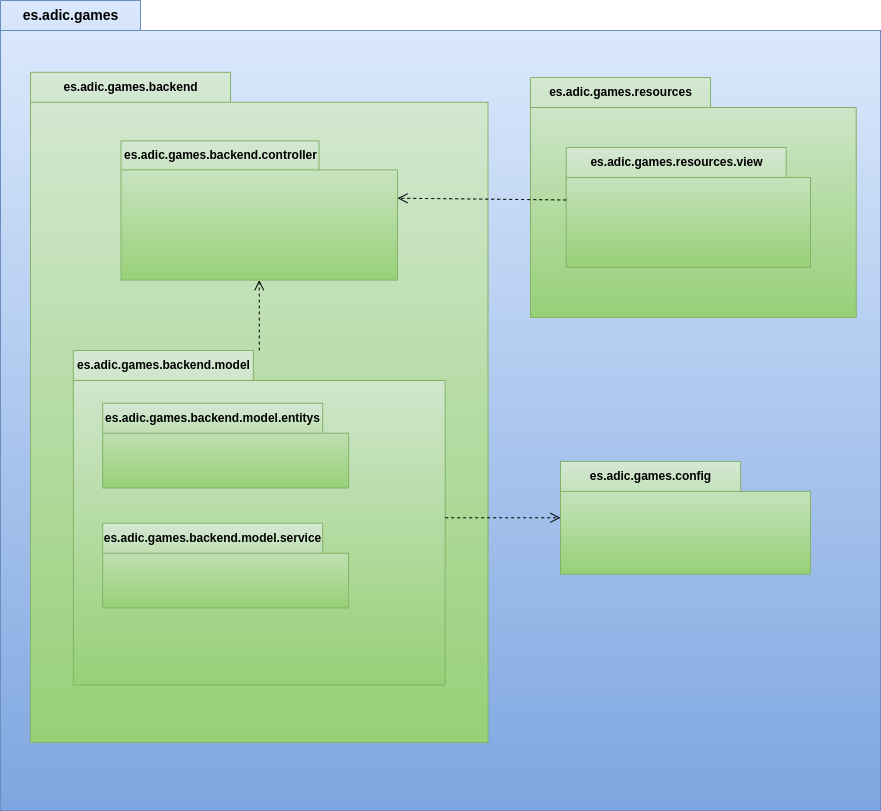
This is images/diagramas/paquetes.drawio.png from nexphernandez/Adict-Games, a draw.io export, as it was before one commit. Source tidied: cells renumbered, new cells last; positions are measured from the earlier drawing's top-left corner, leaving out a move shared by most shapes. Source of this version:
```xml
<mxGraphModel background="#ffffff">
  <root>
    <mxCell id="0" />
    <mxCell id="1" parent="0" />
    <mxCell id="2" value="&lt;font style=&quot;font-size: 14px;&quot;&gt;es.adic.games&lt;/font&gt;" style="shape=folder;fontStyle=1;tabWidth=140;tabHeight=30;tabPosition=left;html=1;boundedLbl=1;labelInHeader=1;fillColor=#dae8fc;gradientColor=#7ea6e0;strokeColor=#6c8ebf;" parent="1" vertex="1">
      <mxGeometry width="840" height="741.9" as="geometry" />
    </mxCell>
    <mxCell id="3" style="html=1;fillColor=#dae8fc;gradientColor=#7ea6e0;strokeColor=#6c8ebf;" parent="2" vertex="1">
      <mxGeometry width="880" height="780" relative="1" as="geometry">
        <mxPoint y="30" as="offset" />
      </mxGeometry>
    </mxCell>
    <mxCell id="4" value="&lt;font&gt;es.&lt;span style=&quot;color: rgb(0, 0, 0);&quot;&gt;adic.games&lt;/span&gt;.resources&lt;/font&gt;" style="shape=folder;fontStyle=1;tabWidth=180;tabHeight=30;tabPosition=left;html=1;boundedLbl=1;labelInHeader=1;fillColor=#d5e8d4;gradientColor=#97d077;strokeColor=#82b366;" parent="2" vertex="1">
      <mxGeometry x="530" y="77" width="325.7" height="240" as="geometry" />
    </mxCell>
    <mxCell id="5" style="html=1;strokeColor=none;fillColor=none;" parent="4" vertex="1">
      <mxGeometry width="325.72" height="168" relative="1" as="geometry">
        <mxPoint y="30" as="offset" />
      </mxGeometry>
    </mxCell>
    <mxCell id="6" value="&lt;span style=&quot;color: rgb(0, 0, 0);&quot;&gt;es.&lt;/span&gt;&lt;span style=&quot;color: rgb(0, 0, 0);&quot;&gt;adic.games&lt;/span&gt;&lt;span style=&quot;color: rgb(0, 0, 0);&quot;&gt;.resources.view&lt;/span&gt;" style="shape=folder;fontStyle=1;tabWidth=220;tabHeight=30;tabPosition=left;html=1;boundedLbl=1;labelInHeader=1;fillColor=#d5e8d4;gradientColor=#97d077;strokeColor=#82b366;" parent="4" vertex="1">
      <mxGeometry x="35.7" y="70" width="244.3" height="120" as="geometry" />
    </mxCell>
    <mxCell id="7" style="html=1;strokeColor=none;fillColor=none;" parent="6" vertex="1">
      <mxGeometry width="244.28" height="84" relative="1" as="geometry">
        <mxPoint y="30" as="offset" />
      </mxGeometry>
    </mxCell>
    <mxCell id="8" value="&lt;font style=&quot;font-size: 12px;&quot;&gt;es.&lt;span style=&quot;color: rgb(0, 0, 0);&quot;&gt;adic.games&lt;/span&gt;.config&lt;/font&gt;" style="shape=folder;fontStyle=1;tabWidth=180;tabHeight=30;tabPosition=left;html=1;boundedLbl=1;labelInHeader=1;fillColor=#d5e8d4;gradientColor=#97d077;strokeColor=#82b366;" parent="2" vertex="1">
      <mxGeometry x="560" y="460.9" width="250" height="112.7" as="geometry" />
    </mxCell>
    <mxCell id="9" style="html=1;strokeColor=none;fillColor=none;" parent="8" vertex="1">
      <mxGeometry width="250" height="78.87" relative="1" as="geometry">
        <mxPoint y="30" as="offset" />
      </mxGeometry>
    </mxCell>
    <mxCell id="10" value="&lt;font&gt;es.&lt;span style=&quot;color: rgb(0, 0, 0);&quot;&gt;adic.games&lt;/span&gt;.backend&lt;/font&gt;" style="shape=folder;fontStyle=1;tabWidth=200;tabHeight=30;tabPosition=left;html=1;boundedLbl=1;labelInHeader=1;fillColor=#d5e8d4;gradientColor=#97d077;strokeColor=#82b366;" parent="2" vertex="1">
      <mxGeometry x="30" y="71.8" width="457.5" height="670.1" as="geometry" />
    </mxCell>
    <mxCell id="11" style="html=1;strokeColor=none;fillColor=none;" parent="10" vertex="1">
      <mxGeometry width="457.5" height="390.79" relative="1" as="geometry">
        <mxPoint y="30" as="offset" />
      </mxGeometry>
    </mxCell>
    <mxCell id="12" value="&lt;font&gt;es.&lt;span style=&quot;color: rgb(0, 0, 0);&quot;&gt;adic.games&lt;/span&gt;.&lt;span style=&quot;color: rgb(0, 0, 0);&quot;&gt;backend.&lt;/span&gt;controller&lt;/font&gt;" style="shape=folder;fontStyle=1;tabWidth=198;tabHeight=29;tabPosition=left;html=1;boundedLbl=1;labelInHeader=1;fillColor=#d5e8d4;gradientColor=#97d077;strokeColor=#82b366;" parent="10" vertex="1">
      <mxGeometry x="90.5" y="68.6" width="276.5" height="139.2" as="geometry" />
    </mxCell>
    <mxCell id="13" style="html=1;strokeColor=none;fillColor=none;" parent="12" vertex="1">
      <mxGeometry width="276.47" height="97.47" relative="1" as="geometry">
        <mxPoint y="30" as="offset" />
      </mxGeometry>
    </mxCell>
    <mxCell id="14" value="&lt;font style=&quot;font-size: 12px;&quot;&gt;es.&lt;span style=&quot;color: rgb(0, 0, 0);&quot;&gt;adic.games&lt;/span&gt;.&lt;span style=&quot;color: rgb(0, 0, 0);&quot;&gt;backend.&lt;/span&gt;model&lt;/font&gt;" style="shape=folder;fontStyle=1;tabWidth=180;tabHeight=30;tabPosition=left;html=1;boundedLbl=1;labelInHeader=1;fillColor=#d5e8d4;gradientColor=#97d077;strokeColor=#82b366;" parent="10" vertex="1">
      <mxGeometry x="42.8" y="278.2" width="371.8" height="334.5" as="geometry" />
    </mxCell>
    <mxCell id="15" style="html=1;strokeColor=none;fillColor=none;" parent="14" vertex="1">
      <mxGeometry width="352.87" height="171.16" relative="1" as="geometry">
        <mxPoint y="30" as="offset" />
      </mxGeometry>
    </mxCell>
    <mxCell id="16" value="&lt;font style=&quot;font-size: 12px;&quot;&gt;es.&lt;span style=&quot;color: rgb(0, 0, 0);&quot;&gt;adic.games&lt;/span&gt;.&lt;span style=&quot;color: rgb(0, 0, 0);&quot;&gt;backend.&lt;/span&gt;model.entitys&lt;/font&gt;" style="shape=folder;fontStyle=1;tabWidth=220;tabHeight=30;tabPosition=left;html=1;boundedLbl=1;labelInHeader=1;fillColor=#d5e8d4;gradientColor=#97d077;strokeColor=#82b366;" parent="14" vertex="1">
      <mxGeometry x="29.3" y="52.7" width="245.9" height="84.7" as="geometry" />
    </mxCell>
    <mxCell id="17" style="html=1;strokeColor=none;fillColor=none;" parent="16" vertex="1">
      <mxGeometry width="245.93" height="59.29" relative="1" as="geometry">
        <mxPoint y="30" as="offset" />
      </mxGeometry>
    </mxCell>
    <mxCell id="18" value="&lt;font style=&quot;font-size: 12px;&quot;&gt;es.&lt;span style=&quot;color: rgb(0, 0, 0);&quot;&gt;adic.games&lt;/span&gt;.&lt;span style=&quot;color: rgb(0, 0, 0);&quot;&gt;backend.&lt;/span&gt;model.service&lt;/font&gt;" style="shape=folder;fontStyle=1;tabWidth=220;tabHeight=30;tabPosition=left;html=1;boundedLbl=1;labelInHeader=1;fillColor=#d5e8d4;gradientColor=#97d077;strokeColor=#82b366;" parent="14" vertex="1">
      <mxGeometry x="29.3" y="172.7" width="245.9" height="84.7" as="geometry" />
    </mxCell>
    <mxCell id="19" style="html=1;strokeColor=none;fillColor=none;" parent="18" vertex="1">
      <mxGeometry width="245.93" height="59.29" relative="1" as="geometry">
        <mxPoint y="30" as="offset" />
      </mxGeometry>
    </mxCell>
    <mxCell id="20" style="endArrow=open;startArrow=none;endFill=0;startFill=0;endSize=8;html=1;verticalAlign=bottom;dashed=1;labelBackgroundColor=none;" parent="10" edge="1" source="14" target="12">
      <mxGeometry relative="1" as="geometry" />
    </mxCell>
    <mxCell id="21" style="endArrow=open;startArrow=none;endFill=0;startFill=0;endSize=8;html=1;verticalAlign=bottom;dashed=1;labelBackgroundColor=none;entryX=0;entryY=0;entryDx=276.47123703661265;entryDy=57.30977176966292;entryPerimeter=0;exitX=0;exitY=0;exitDx=0;exitDy=52.5;exitPerimeter=0;" parent="2" edge="1" source="6" target="12">
      <mxGeometry relative="1" as="geometry" />
    </mxCell>
    <mxCell id="22" style="endArrow=open;startArrow=none;endFill=0;startFill=0;endSize=8;html=1;verticalAlign=bottom;dashed=1;labelBackgroundColor=none;" parent="2" edge="1" source="14" target="8">
      <mxGeometry relative="1" as="geometry" />
    </mxCell>
  </root>
</mxGraphModel>
```
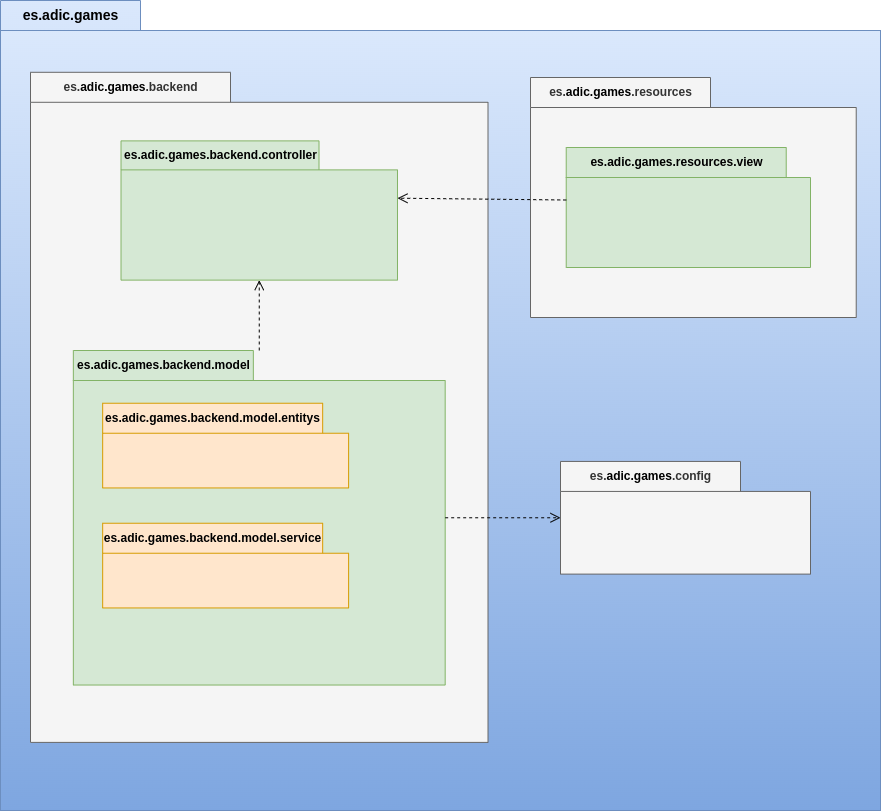
The same file after the commit.

Commit message:
Se cambia el color del diagrama de paquetes #6

What changed in the source:
```diff
@@ -10,7 +10,7 @@
         <mxPoint y="30" as="offset" />
       </mxGeometry>
     </mxCell>
-    <mxCell id="4" value="&lt;font&gt;es.&lt;span style=&quot;color: rgb(0, 0, 0);&quot;&gt;adic.games&lt;/span&gt;.resources&lt;/font&gt;" style="shape=folder;fontStyle=1;tabWidth=180;tabHeight=30;tabPosition=left;html=1;boundedLbl=1;labelInHeader=1;fillColor=#d5e8d4;gradientColor=#97d077;strokeColor=#82b366;" parent="2" vertex="1">
+    <mxCell id="4" value="&lt;font&gt;es.&lt;span style=&quot;color: rgb(0, 0, 0);&quot;&gt;adic.games&lt;/span&gt;.resources&lt;/font&gt;" style="shape=folder;fontStyle=1;tabWidth=180;tabHeight=30;tabPosition=left;html=1;boundedLbl=1;labelInHeader=1;fillColor=#f5f5f5;strokeColor=#666666;fontColor=#333333;" parent="2" vertex="1">
       <mxGeometry x="530" y="77" width="325.7" height="240" as="geometry" />
     </mxCell>
     <mxCell id="5" style="html=1;strokeColor=none;fillColor=none;" parent="4" vertex="1">
@@ -18,7 +18,7 @@
         <mxPoint y="30" as="offset" />
       </mxGeometry>
     </mxCell>
-    <mxCell id="6" value="&lt;span style=&quot;color: rgb(0, 0, 0);&quot;&gt;es.&lt;/span&gt;&lt;span style=&quot;color: rgb(0, 0, 0);&quot;&gt;adic.games&lt;/span&gt;&lt;span style=&quot;color: rgb(0, 0, 0);&quot;&gt;.resources.view&lt;/span&gt;" style="shape=folder;fontStyle=1;tabWidth=220;tabHeight=30;tabPosition=left;html=1;boundedLbl=1;labelInHeader=1;fillColor=#d5e8d4;gradientColor=#97d077;strokeColor=#82b366;" parent="4" vertex="1">
+    <mxCell id="6" value="&lt;span style=&quot;color: rgb(0, 0, 0);&quot;&gt;es.&lt;/span&gt;&lt;span style=&quot;color: rgb(0, 0, 0);&quot;&gt;adic.games&lt;/span&gt;&lt;span style=&quot;color: rgb(0, 0, 0);&quot;&gt;.resources.view&lt;/span&gt;" style="shape=folder;fontStyle=1;tabWidth=220;tabHeight=30;tabPosition=left;html=1;boundedLbl=1;labelInHeader=1;fillColor=#d5e8d4;strokeColor=#82b366;" parent="4" vertex="1">
       <mxGeometry x="35.7" y="70" width="244.3" height="120" as="geometry" />
     </mxCell>
     <mxCell id="7" style="html=1;strokeColor=none;fillColor=none;" parent="6" vertex="1">
@@ -26,7 +26,7 @@
         <mxPoint y="30" as="offset" />
       </mxGeometry>
     </mxCell>
-    <mxCell id="8" value="&lt;font style=&quot;font-size: 12px;&quot;&gt;es.&lt;span style=&quot;color: rgb(0, 0, 0);&quot;&gt;adic.games&lt;/span&gt;.config&lt;/font&gt;" style="shape=folder;fontStyle=1;tabWidth=180;tabHeight=30;tabPosition=left;html=1;boundedLbl=1;labelInHeader=1;fillColor=#d5e8d4;gradientColor=#97d077;strokeColor=#82b366;" parent="2" vertex="1">
+    <mxCell id="8" value="&lt;font style=&quot;font-size: 12px;&quot;&gt;es.&lt;span style=&quot;color: rgb(0, 0, 0);&quot;&gt;adic.games&lt;/span&gt;.config&lt;/font&gt;" style="shape=folder;fontStyle=1;tabWidth=180;tabHeight=30;tabPosition=left;html=1;boundedLbl=1;labelInHeader=1;fillColor=#f5f5f5;strokeColor=#666666;fontColor=#333333;" parent="2" vertex="1">
       <mxGeometry x="560" y="460.9" width="250" height="112.7" as="geometry" />
     </mxCell>
     <mxCell id="9" style="html=1;strokeColor=none;fillColor=none;" parent="8" vertex="1">
@@ -34,7 +34,7 @@
         <mxPoint y="30" as="offset" />
       </mxGeometry>
     </mxCell>
-    <mxCell id="10" value="&lt;font&gt;es.&lt;span style=&quot;color: rgb(0, 0, 0);&quot;&gt;adic.games&lt;/span&gt;.backend&lt;/font&gt;" style="shape=folder;fontStyle=1;tabWidth=200;tabHeight=30;tabPosition=left;html=1;boundedLbl=1;labelInHeader=1;fillColor=#d5e8d4;gradientColor=#97d077;strokeColor=#82b366;" parent="2" vertex="1">
+    <mxCell id="10" value="&lt;font&gt;es.&lt;span style=&quot;color: rgb(0, 0, 0);&quot;&gt;adic.games&lt;/span&gt;.backend&lt;/font&gt;" style="shape=folder;fontStyle=1;tabWidth=200;tabHeight=30;tabPosition=left;html=1;boundedLbl=1;labelInHeader=1;fillColor=#f5f5f5;strokeColor=#666666;fontColor=#333333;" parent="2" vertex="1">
       <mxGeometry x="30" y="71.8" width="457.5" height="670.1" as="geometry" />
     </mxCell>
     <mxCell id="11" style="html=1;strokeColor=none;fillColor=none;" parent="10" vertex="1">
@@ -42,7 +42,7 @@
         <mxPoint y="30" as="offset" />
       </mxGeometry>
     </mxCell>
-    <mxCell id="12" value="&lt;font&gt;es.&lt;span style=&quot;color: rgb(0, 0, 0);&quot;&gt;adic.games&lt;/span&gt;.&lt;span style=&quot;color: rgb(0, 0, 0);&quot;&gt;backend.&lt;/span&gt;controller&lt;/font&gt;" style="shape=folder;fontStyle=1;tabWidth=198;tabHeight=29;tabPosition=left;html=1;boundedLbl=1;labelInHeader=1;fillColor=#d5e8d4;gradientColor=#97d077;strokeColor=#82b366;" parent="10" vertex="1">
+    <mxCell id="12" value="&lt;font&gt;es.&lt;span style=&quot;color: rgb(0, 0, 0);&quot;&gt;adic.games&lt;/span&gt;.&lt;span style=&quot;color: rgb(0, 0, 0);&quot;&gt;backend.&lt;/span&gt;controller&lt;/font&gt;" style="shape=folder;fontStyle=1;tabWidth=198;tabHeight=29;tabPosition=left;html=1;boundedLbl=1;labelInHeader=1;fillColor=#d5e8d4;strokeColor=#82b366;" parent="10" vertex="1">
       <mxGeometry x="90.5" y="68.6" width="276.5" height="139.2" as="geometry" />
     </mxCell>
     <mxCell id="13" style="html=1;strokeColor=none;fillColor=none;" parent="12" vertex="1">
@@ -50,7 +50,7 @@
         <mxPoint y="30" as="offset" />
       </mxGeometry>
     </mxCell>
-    <mxCell id="14" value="&lt;font style=&quot;font-size: 12px;&quot;&gt;es.&lt;span style=&quot;color: rgb(0, 0, 0);&quot;&gt;adic.games&lt;/span&gt;.&lt;span style=&quot;color: rgb(0, 0, 0);&quot;&gt;backend.&lt;/span&gt;model&lt;/font&gt;" style="shape=folder;fontStyle=1;tabWidth=180;tabHeight=30;tabPosition=left;html=1;boundedLbl=1;labelInHeader=1;fillColor=#d5e8d4;gradientColor=#97d077;strokeColor=#82b366;" parent="10" vertex="1">
+    <mxCell id="14" value="&lt;font style=&quot;font-size: 12px;&quot;&gt;es.&lt;span style=&quot;color: rgb(0, 0, 0);&quot;&gt;adic.games&lt;/span&gt;.&lt;span style=&quot;color: rgb(0, 0, 0);&quot;&gt;backend.&lt;/span&gt;model&lt;/font&gt;" style="shape=folder;fontStyle=1;tabWidth=180;tabHeight=30;tabPosition=left;html=1;boundedLbl=1;labelInHeader=1;fillColor=#d5e8d4;strokeColor=#82b366;" parent="10" vertex="1">
       <mxGeometry x="42.8" y="278.2" width="371.8" height="334.5" as="geometry" />
     </mxCell>
     <mxCell id="15" style="html=1;strokeColor=none;fillColor=none;" parent="14" vertex="1">
@@ -58,7 +58,7 @@
         <mxPoint y="30" as="offset" />
       </mxGeometry>
     </mxCell>
-    <mxCell id="16" value="&lt;font style=&quot;font-size: 12px;&quot;&gt;es.&lt;span style=&quot;color: rgb(0, 0, 0);&quot;&gt;adic.games&lt;/span&gt;.&lt;span style=&quot;color: rgb(0, 0, 0);&quot;&gt;backend.&lt;/span&gt;model.entitys&lt;/font&gt;" style="shape=folder;fontStyle=1;tabWidth=220;tabHeight=30;tabPosition=left;html=1;boundedLbl=1;labelInHeader=1;fillColor=#d5e8d4;gradientColor=#97d077;strokeColor=#82b366;" parent="14" vertex="1">
+    <mxCell id="16" value="&lt;font style=&quot;font-size: 12px;&quot;&gt;es.&lt;span style=&quot;color: rgb(0, 0, 0);&quot;&gt;adic.games&lt;/span&gt;.&lt;span style=&quot;color: rgb(0, 0, 0);&quot;&gt;backend.&lt;/span&gt;model.entitys&lt;/font&gt;" style="shape=folder;fontStyle=1;tabWidth=220;tabHeight=30;tabPosition=left;html=1;boundedLbl=1;labelInHeader=1;fillColor=#ffe6cc;strokeColor=#d79b00;" parent="14" vertex="1">
       <mxGeometry x="29.3" y="52.7" width="245.9" height="84.7" as="geometry" />
     </mxCell>
     <mxCell id="17" style="html=1;strokeColor=none;fillColor=none;" parent="16" vertex="1">
@@ -66,7 +66,7 @@
         <mxPoint y="30" as="offset" />
       </mxGeometry>
     </mxCell>
-    <mxCell id="18" value="&lt;font style=&quot;font-size: 12px;&quot;&gt;es.&lt;span style=&quot;color: rgb(0, 0, 0);&quot;&gt;adic.games&lt;/span&gt;.&lt;span style=&quot;color: rgb(0, 0, 0);&quot;&gt;backend.&lt;/span&gt;model.service&lt;/font&gt;" style="shape=folder;fontStyle=1;tabWidth=220;tabHeight=30;tabPosition=left;html=1;boundedLbl=1;labelInHeader=1;fillColor=#d5e8d4;gradientColor=#97d077;strokeColor=#82b366;" parent="14" vertex="1">
+    <mxCell id="18" value="&lt;font style=&quot;font-size: 12px;&quot;&gt;es.&lt;span style=&quot;color: rgb(0, 0, 0);&quot;&gt;adic.games&lt;/span&gt;.&lt;span style=&quot;color: rgb(0, 0, 0);&quot;&gt;backend.&lt;/span&gt;model.service&lt;/font&gt;" style="shape=folder;fontStyle=1;tabWidth=220;tabHeight=30;tabPosition=left;html=1;boundedLbl=1;labelInHeader=1;fillColor=#ffe6cc;strokeColor=#d79b00;" parent="14" vertex="1">
       <mxGeometry x="29.3" y="172.7" width="245.9" height="84.7" as="geometry" />
     </mxCell>
     <mxCell id="19" style="html=1;strokeColor=none;fillColor=none;" parent="18" vertex="1">
```
